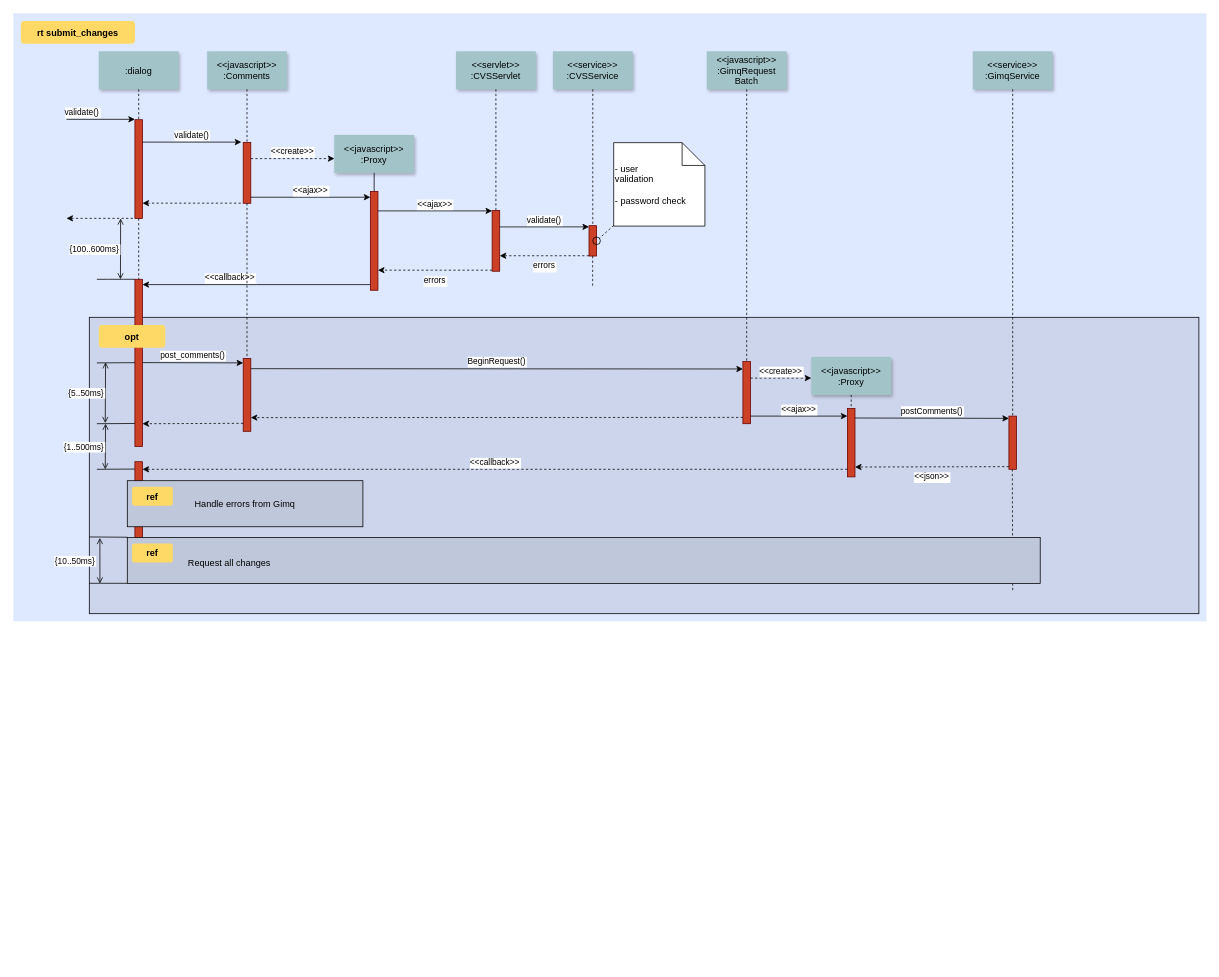
Earlier version of the draw.io diagram src/Untitled Diagram.drawio (sambagit/account). Source tidied: cells renumbered, new cells numbered last; positions are measured from the earlier drawing's top-left corner, leaving out a move shared by most shapes. Both pictures are drawn from the tidied source at 76%, with x=0, y=0 at pixel (13, 13).
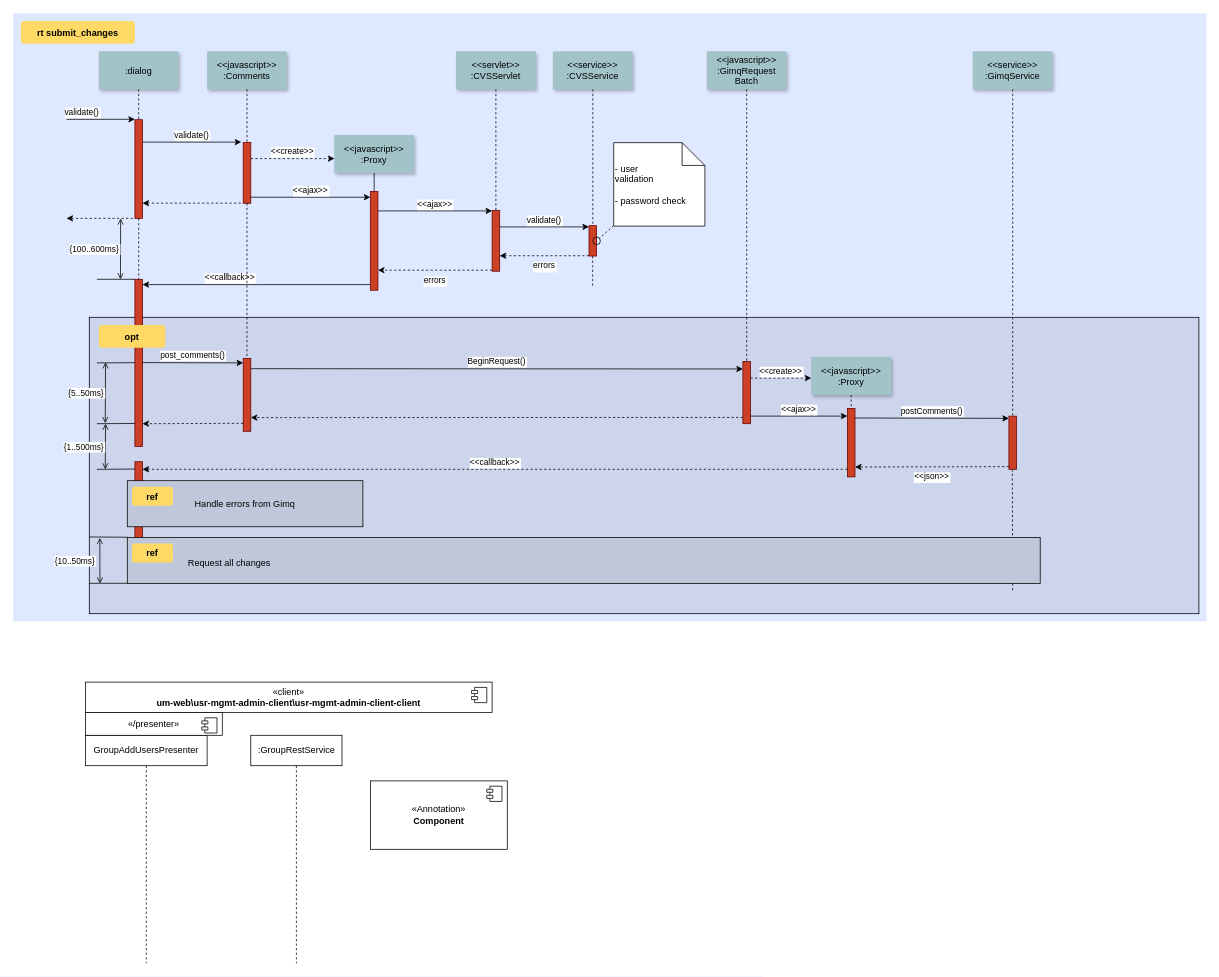
After the change.

Commit message:
bind unbinding group sequence Diagram.drawio

What changed in the source:
```diff
@@
+    <mxCell id="75" value="GroupAddUsersPresenter" style="shape=umlLifeline;perimeter=lifelinePerimeter;whiteSpace=wrap;html=1;newEdgeStyle={&quot;edgeStyle&quot;:&quot;elbowEdgeStyle&quot;,&quot;elbow&quot;:&quot;vertical&quot;,&quot;curved&quot;:0,&quot;rounded&quot;:0};" parent="1" vertex="1">
+      <mxGeometry x="95" y="950" width="160" height="300" as="geometry" />
+    </mxCell>
+    <mxCell id="76" value="«client»&lt;br&gt;&lt;b&gt;um-web\usr-mgmt-admin-client\usr-mgmt-admin-client-client&lt;/b&gt;" style="html=1;whiteSpace=wrap;" parent="1" vertex="1">
+      <mxGeometry x="95" y="880" width="535" height="40" as="geometry" />
+    </mxCell>
+    <mxCell id="77" style="shape=module;jettyWidth=8;jettyHeight=4;" parent="76" vertex="1">
+      <mxGeometry x="1" width="20" height="20" relative="1" as="geometry">
+        <mxPoint x="-27" y="7" as="offset" />
+      </mxGeometry>
+    </mxCell>
+    <mxCell id="78" value=":GroupRestService" style="shape=umlLifeline;perimeter=lifelinePerimeter;whiteSpace=wrap;html=1;newEdgeStyle={&quot;edgeStyle&quot;:&quot;elbowEdgeStyle&quot;,&quot;elbow&quot;:&quot;vertical&quot;,&quot;curved&quot;:0,&quot;rounded&quot;:0};" parent="1" vertex="1">
+      <mxGeometry x="312.5" y="950" width="120" height="300" as="geometry" />
+    </mxCell>
+    <mxCell id="79" value="«/presenter»" style="html=1;whiteSpace=wrap;" parent="1" vertex="1">
+      <mxGeometry x="95" y="920" width="180" height="30" as="geometry" />
+    </mxCell>
+    <mxCell id="80" style="shape=module;jettyWidth=8;jettyHeight=4;" parent="79" vertex="1">
+      <mxGeometry x="1" width="20" height="20" relative="1" as="geometry">
+        <mxPoint x="-27" y="7" as="offset" />
+      </mxGeometry>
+    </mxCell>
+    <mxCell id="81" value="&amp;laquo;Annotation&amp;raquo;&lt;br/&gt;&lt;b&gt;Component&lt;/b&gt;" style="html=1;whiteSpace=wrap;" parent="1" vertex="1">
+      <mxGeometry x="470" y="1010" width="180" height="90" as="geometry" />
+    </mxCell>
+    <mxCell id="82" style="shape=module;jettyWidth=8;jettyHeight=4;" parent="81" vertex="1">
+      <mxGeometry x="1" width="20" height="20" relative="1" as="geometry">
+        <mxPoint x="-27" y="7" as="offset" />
+      </mxGeometry>
+    </mxCell>
```
